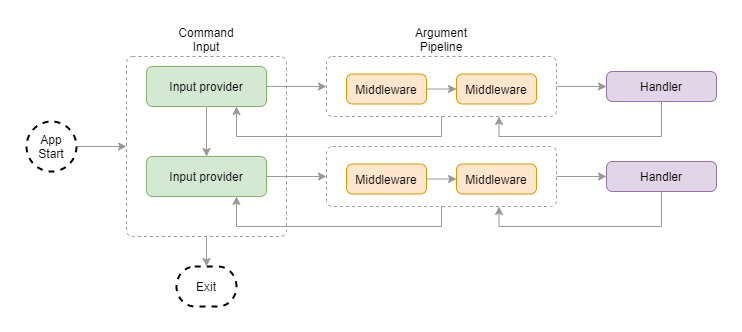
Earlier version of the draw.io export assets/flow.png (verticalsoftware/vertical-consoleapps). Source tidied: cells renumbered, new cells last; positions are measured from the earlier drawing's top-left corner, leaving out a move shared by most shapes.
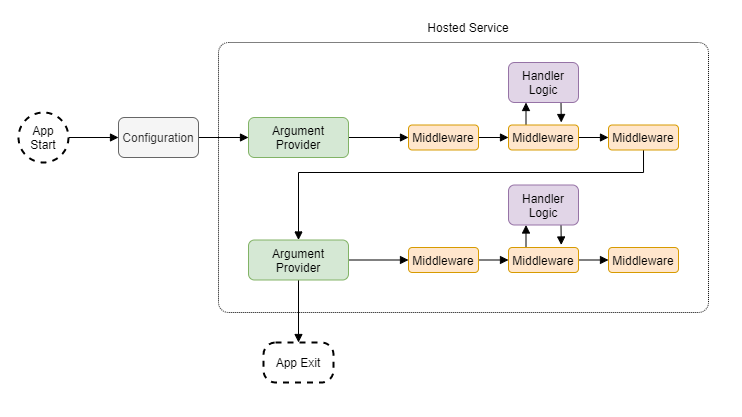
Above is the later version.

Change to the diagram source:
```diff
@@ -2,91 +2,101 @@
   <root>
     <mxCell id="0" />
     <mxCell id="1" parent="0" />
-    <mxCell id="2" style="edgeStyle=orthogonalEdgeStyle;rounded=0;jettySize=auto;html=1;exitX=0.5;exitY=1;exitDx=0;exitDy=0;entryX=0.75;entryY=1;entryDx=0;entryDy=0;strokeColor=#999999;" parent="1" edge="1" source="4" target="11">
-      <mxGeometry relative="1" as="geometry" />
-    </mxCell>
-    <mxCell id="3" style="edgeStyle=orthogonalEdgeStyle;rounded=0;jettySize=auto;html=1;exitX=1;exitY=0.5;exitDx=0;exitDy=0;entryX=0;entryY=0.5;entryDx=0;entryDy=0;strokeColor=#999999;" parent="1" edge="1" source="4" target="27">
-      <mxGeometry relative="1" as="geometry" />
-    </mxCell>
-    <mxCell id="4" style="rounded=1;whiteSpace=wrap;html=1;absoluteArcSize=1;arcSize=12;fillColor=none;strokeColor=#999999;dashed=1;" parent="1" vertex="1">
-      <mxGeometry x="300" y="27" width="230" height="60" as="geometry" />
-    </mxCell>
-    <mxCell id="5" style="edgeStyle=orthogonalEdgeStyle;rounded=0;jettySize=auto;html=1;exitX=0.5;exitY=1;exitDx=0;exitDy=0;entryX=0.5;entryY=0;entryDx=0;entryDy=0;entryPerimeter=0;strokeColor=#999999;" parent="1" edge="1" source="6">
-      <mxGeometry relative="1" as="geometry">
-        <mxPoint x="180" y="237" as="targetPoint" />
-      </mxGeometry>
-    </mxCell>
-    <mxCell id="6" style="rounded=1;whiteSpace=wrap;html=1;absoluteArcSize=1;arcSize=12;fillColor=none;strokeColor=#999999;dashed=1;" parent="1" vertex="1">
-      <mxGeometry x="100" y="27" width="160" height="180" as="geometry" />
-    </mxCell>
-    <mxCell id="7" style="edgeStyle=orthogonalEdgeStyle;rounded=0;jettySize=auto;html=1;exitX=1;exitY=0.5;exitDx=0;exitDy=0;entryX=0;entryY=0.5;entryDx=0;entryDy=0;strokeColor=#999999;" parent="1" edge="1" source="8" target="19">
-      <mxGeometry relative="1" as="geometry" />
-    </mxCell>
-    <mxCell id="8" value="Input provider" style="rounded=1;whiteSpace=wrap;html=1;fillColor=#d5e8d4;strokeColor=#82b366;absoluteArcSize=1;arcSize=12;" parent="1" vertex="1">
-      <mxGeometry x="120" y="127" width="120" height="40" as="geometry" />
-    </mxCell>
-    <mxCell id="9" style="edgeStyle=orthogonalEdgeStyle;rounded=0;jettySize=auto;html=1;exitX=1;exitY=0.5;exitDx=0;exitDy=0;entryX=0;entryY=0.5;entryDx=0;entryDy=0;strokeColor=#999999;" parent="1" edge="1" source="11" target="4">
-      <mxGeometry relative="1" as="geometry" />
-    </mxCell>
-    <mxCell id="10" style="edgeStyle=orthogonalEdgeStyle;rounded=0;jettySize=auto;html=1;exitX=0.5;exitY=1;exitDx=0;exitDy=0;entryX=0.5;entryY=0;entryDx=0;entryDy=0;strokeColor=#999999;" parent="1" edge="1" source="11" target="8">
-      <mxGeometry relative="1" as="geometry" />
-    </mxCell>
-    <mxCell id="11" value="Input provider" style="rounded=1;whiteSpace=wrap;html=1;fillColor=#d5e8d4;strokeColor=#82b366;absoluteArcSize=1;arcSize=12;" parent="1" vertex="1">
-      <mxGeometry x="120" y="37" width="120" height="40" as="geometry" />
-    </mxCell>
-    <mxCell id="12" style="edgeStyle=orthogonalEdgeStyle;rounded=0;jettySize=auto;html=1;exitX=1;exitY=0.5;exitDx=0;exitDy=0;entryX=0;entryY=0.5;entryDx=0;entryDy=0;strokeColor=#999999;" parent="1" edge="1" source="13" target="14">
-      <mxGeometry relative="1" as="geometry" />
-    </mxCell>
-    <mxCell id="13" value="Middleware" style="rounded=1;whiteSpace=wrap;html=1;fillColor=#ffe6cc;strokeColor=#d79b00;absoluteArcSize=1;arcSize=12;" parent="1" vertex="1">
-      <mxGeometry x="320" y="44.5" width="80" height="30" as="geometry" />
-    </mxCell>
-    <mxCell id="14" value="Middleware" style="rounded=1;whiteSpace=wrap;html=1;fillColor=#ffe6cc;strokeColor=#d79b00;absoluteArcSize=1;arcSize=12;" parent="1" vertex="1">
-      <mxGeometry x="430" y="44.5" width="80" height="30" as="geometry" />
-    </mxCell>
-    <mxCell id="15" value="Command Input" style="text;html=1;strokeColor=none;fillColor=none;align=center;verticalAlign=middle;whiteSpace=wrap;rounded=0;dashed=1;" parent="1" vertex="1">
-      <mxGeometry x="160" width="40" height="20" as="geometry" />
-    </mxCell>
-    <mxCell id="16" value="Argument Pipeline" style="text;html=1;strokeColor=none;fillColor=none;align=center;verticalAlign=middle;whiteSpace=wrap;rounded=0;dashed=1;" parent="1" vertex="1">
-      <mxGeometry x="370" width="90" height="20" as="geometry" />
-    </mxCell>
-    <mxCell id="17" style="edgeStyle=orthogonalEdgeStyle;rounded=0;jettySize=auto;html=1;exitX=0.5;exitY=1;exitDx=0;exitDy=0;entryX=0.75;entryY=1;entryDx=0;entryDy=0;strokeColor=#999999;" parent="1" edge="1" source="19" target="8">
-      <mxGeometry relative="1" as="geometry" />
-    </mxCell>
-    <mxCell id="18" style="edgeStyle=orthogonalEdgeStyle;rounded=0;jettySize=auto;html=1;exitX=1;exitY=0.5;exitDx=0;exitDy=0;entryX=0;entryY=0.5;entryDx=0;entryDy=0;strokeColor=#999999;" parent="1" edge="1" source="19" target="29">
-      <mxGeometry relative="1" as="geometry" />
-    </mxCell>
-    <mxCell id="19" style="rounded=1;whiteSpace=wrap;html=1;absoluteArcSize=1;arcSize=12;fillColor=none;strokeColor=#999999;dashed=1;" parent="1" vertex="1">
-      <mxGeometry x="300" y="117" width="230" height="60" as="geometry" />
-    </mxCell>
-    <mxCell id="20" style="edgeStyle=orthogonalEdgeStyle;rounded=0;jettySize=auto;html=1;exitX=1;exitY=0.5;exitDx=0;exitDy=0;entryX=0;entryY=0.5;entryDx=0;entryDy=0;strokeColor=#999999;" parent="1" edge="1" source="21" target="22">
-      <mxGeometry relative="1" as="geometry" />
-    </mxCell>
-    <mxCell id="21" value="Middleware" style="rounded=1;whiteSpace=wrap;html=1;fillColor=#ffe6cc;strokeColor=#d79b00;absoluteArcSize=1;arcSize=12;" parent="1" vertex="1">
-      <mxGeometry x="320" y="134.5" width="80" height="30" as="geometry" />
-    </mxCell>
-    <mxCell id="22" value="Middleware" style="rounded=1;whiteSpace=wrap;html=1;fillColor=#ffe6cc;strokeColor=#d79b00;absoluteArcSize=1;arcSize=12;" parent="1" vertex="1">
-      <mxGeometry x="430" y="134.5" width="80" height="30" as="geometry" />
-    </mxCell>
-    <mxCell id="23" style="edgeStyle=orthogonalEdgeStyle;rounded=0;jettySize=auto;html=1;exitX=1;exitY=0.5;exitDx=0;exitDy=0;exitPerimeter=0;entryX=0;entryY=0.5;entryDx=0;entryDy=0;strokeColor=#999999;" parent="1" edge="1" source="24" target="6">
-      <mxGeometry relative="1" as="geometry" />
-    </mxCell>
+    <mxCell id="30" style="edgeStyle=orthogonalEdgeStyle;rounded=0;jettySize=auto;html=1;exitX=1;exitY=0.5;exitDx=0;exitDy=0;entryX=0;entryY=0.5;entryDx=0;entryDy=0;endArrow=block;endFill=1;" parent="1" edge="1" source="24" target="33">
+      <mxGeometry relative="1" as="geometry" />
+    </mxCell>
-    <mxCell id="24" value="App&lt;br&gt;Start" style="strokeWidth=2;html=1;shape=mxgraph.flowchart.start_2;whiteSpace=wrap;dashed=1;fillColor=none;" parent="1" vertex="1">
+    <mxCell id="24" value="App&lt;br&gt;Start" style="ellipse;whiteSpace=wrap;html=1;strokeWidth=2;dashed=1;" parent="1" vertex="1">
       <mxGeometry y="92" width="50" height="50" as="geometry" />
     </mxCell>
-    <mxCell id="25" value="Exit" style="strokeWidth=2;html=1;shape=mxgraph.flowchart.terminator;whiteSpace=wrap;dashed=1;fillColor=none;" parent="1" vertex="1">
-      <mxGeometry x="150" y="237" width="60" height="40" as="geometry" />
-    </mxCell>
-    <mxCell id="26" style="edgeStyle=orthogonalEdgeStyle;rounded=0;jettySize=auto;html=1;exitX=0.5;exitY=1;exitDx=0;exitDy=0;entryX=0.75;entryY=1;entryDx=0;entryDy=0;strokeColor=#999999;" parent="1" edge="1" source="27" target="4">
-      <mxGeometry relative="1" as="geometry" />
-    </mxCell>
-    <mxCell id="27" value="Handler" style="rounded=1;whiteSpace=wrap;html=1;fillColor=#e1d5e7;strokeColor=#9673a6;absoluteArcSize=1;arcSize=12;" parent="1" vertex="1">
-      <mxGeometry x="580" y="42" width="110" height="30" as="geometry" />
-    </mxCell>
-    <mxCell id="28" style="edgeStyle=orthogonalEdgeStyle;rounded=0;jettySize=auto;html=1;exitX=0.5;exitY=1;exitDx=0;exitDy=0;entryX=0.75;entryY=1;entryDx=0;entryDy=0;strokeColor=#999999;" parent="1" edge="1" source="29" target="19">
-      <mxGeometry relative="1" as="geometry" />
-    </mxCell>
-    <mxCell id="29" value="Handler" style="rounded=1;whiteSpace=wrap;html=1;fillColor=#e1d5e7;strokeColor=#9673a6;absoluteArcSize=1;arcSize=12;" parent="1" vertex="1">
-      <mxGeometry x="580" y="132" width="110" height="30" as="geometry" />
-    </mxCell>
+    <mxCell id="31" value="App Exit" style="rounded=1;whiteSpace=wrap;html=1;dashed=1;strokeWidth=2;arcSize=30;" parent="1" vertex="1">
+      <mxGeometry x="245" y="322" width="70" height="40" as="geometry" />
+    </mxCell>
+    <mxCell id="32" style="edgeStyle=orthogonalEdgeStyle;rounded=0;jettySize=auto;html=1;exitX=1;exitY=0.5;exitDx=0;exitDy=0;entryX=0;entryY=0.5;entryDx=0;entryDy=0;endArrow=block;endFill=1;" parent="1" edge="1" source="33" target="35">
+      <mxGeometry relative="1" as="geometry" />
+    </mxCell>
+    <mxCell id="33" value="Configuration" style="rounded=1;whiteSpace=wrap;html=1;strokeWidth=1;fillColor=#f5f5f5;strokeColor=#666666;fontColor=#333333;" parent="1" vertex="1">
+      <mxGeometry x="100" y="97" width="80" height="40" as="geometry" />
+    </mxCell>
+    <mxCell id="34" style="edgeStyle=orthogonalEdgeStyle;rounded=0;jettySize=auto;html=1;exitX=1;exitY=0.5;exitDx=0;exitDy=0;entryX=0;entryY=0.5;entryDx=0;entryDy=0;endArrow=block;endFill=1;" parent="1" edge="1" source="35" target="37">
+      <mxGeometry relative="1" as="geometry" />
+    </mxCell>
+    <mxCell id="35" value="Argument&lt;br&gt;Provider" style="rounded=1;whiteSpace=wrap;html=1;strokeWidth=1;fillColor=#d5e8d4;strokeColor=#82b366;" parent="1" vertex="1">
+      <mxGeometry x="230" y="97" width="100" height="40" as="geometry" />
+    </mxCell>
+    <mxCell id="36" style="edgeStyle=orthogonalEdgeStyle;rounded=0;jettySize=auto;html=1;exitX=1;exitY=0.5;exitDx=0;exitDy=0;entryX=0;entryY=0.5;entryDx=0;entryDy=0;endArrow=block;endFill=1;" parent="1" edge="1" source="37" target="40">
+      <mxGeometry relative="1" as="geometry" />
+    </mxCell>
+    <mxCell id="37" value="Middleware" style="rounded=1;whiteSpace=wrap;html=1;strokeWidth=1;fillColor=#ffe6cc;strokeColor=#d79b00;" parent="1" vertex="1">
+      <mxGeometry x="390" y="104.5" width="70" height="25" as="geometry" />
+    </mxCell>
+    <mxCell id="38" style="edgeStyle=orthogonalEdgeStyle;rounded=0;jettySize=auto;html=1;exitX=1;exitY=0.5;exitDx=0;exitDy=0;entryX=0;entryY=0.5;entryDx=0;entryDy=0;endArrow=block;endFill=1;" parent="1" edge="1" source="40" target="42">
+      <mxGeometry relative="1" as="geometry" />
+    </mxCell>
+    <mxCell id="39" style="edgeStyle=orthogonalEdgeStyle;rounded=0;jettySize=auto;html=1;exitX=0.25;exitY=0;exitDx=0;exitDy=0;entryX=0.25;entryY=1;entryDx=0;entryDy=0;endArrow=block;endFill=1;" parent="1" edge="1" source="40" target="44">
+      <mxGeometry relative="1" as="geometry" />
+    </mxCell>
+    <mxCell id="40" value="Middleware" style="rounded=1;whiteSpace=wrap;html=1;strokeWidth=1;fillColor=#ffe6cc;strokeColor=#d79b00;" parent="1" vertex="1">
+      <mxGeometry x="490" y="104.5" width="70" height="25" as="geometry" />
+    </mxCell>
+    <mxCell id="41" style="edgeStyle=orthogonalEdgeStyle;rounded=0;jettySize=auto;html=1;exitX=0.5;exitY=1;exitDx=0;exitDy=0;entryX=0.5;entryY=0;entryDx=0;entryDy=0;endArrow=block;endFill=1;" parent="1" edge="1" source="42" target="47">
+      <mxGeometry relative="1" as="geometry">
+        <Array as="points">
+          <mxPoint x="625" y="152" />
+          <mxPoint x="280" y="152" />
+        </Array>
+      </mxGeometry>
+    </mxCell>
+    <mxCell id="42" value="Middleware" style="rounded=1;whiteSpace=wrap;html=1;strokeWidth=1;fillColor=#ffe6cc;strokeColor=#d79b00;" parent="1" vertex="1">
+      <mxGeometry x="590" y="104.5" width="70" height="25" as="geometry" />
+    </mxCell>
+    <mxCell id="43" style="edgeStyle=orthogonalEdgeStyle;rounded=0;jettySize=auto;html=1;exitX=0.75;exitY=1;exitDx=0;exitDy=0;endArrow=block;endFill=1;" parent="1" edge="1" source="44">
+      <mxGeometry relative="1" as="geometry">
+        <mxPoint x="542.8" y="102" as="targetPoint" />
+      </mxGeometry>
+    </mxCell>
+    <mxCell id="44" value="Handler&lt;br&gt;Logic" style="rounded=1;whiteSpace=wrap;html=1;strokeWidth=1;fillColor=#e1d5e7;strokeColor=#9673a6;" parent="1" vertex="1">
+      <mxGeometry x="490" y="42" width="70" height="40" as="geometry" />
+    </mxCell>
+    <mxCell id="45" style="edgeStyle=orthogonalEdgeStyle;rounded=0;jettySize=auto;html=1;exitX=1;exitY=0.5;exitDx=0;exitDy=0;endArrow=block;endFill=1;" parent="1" edge="1" source="47" target="49">
+      <mxGeometry relative="1" as="geometry" />
+    </mxCell>
+    <mxCell id="46" style="edgeStyle=orthogonalEdgeStyle;rounded=0;jettySize=auto;html=1;exitX=0.5;exitY=1;exitDx=0;exitDy=0;entryX=0.5;entryY=0;entryDx=0;entryDy=0;endArrow=block;endFill=1;" parent="1" edge="1" source="47" target="31">
+      <mxGeometry relative="1" as="geometry" />
+    </mxCell>
+    <mxCell id="47" value="Argument&lt;br&gt;Provider" style="rounded=1;whiteSpace=wrap;html=1;strokeWidth=1;fillColor=#d5e8d4;strokeColor=#82b366;" parent="1" vertex="1">
+      <mxGeometry x="230" y="219.5" width="100" height="40" as="geometry" />
+    </mxCell>
+    <mxCell id="48" style="edgeStyle=orthogonalEdgeStyle;rounded=0;jettySize=auto;html=1;exitX=1;exitY=0.5;exitDx=0;exitDy=0;entryX=0;entryY=0.5;entryDx=0;entryDy=0;endArrow=block;endFill=1;" parent="1" edge="1" source="49" target="52">
+      <mxGeometry relative="1" as="geometry" />
+    </mxCell>
+    <mxCell id="49" value="Middleware" style="rounded=1;whiteSpace=wrap;html=1;strokeWidth=1;fillColor=#ffe6cc;strokeColor=#d79b00;" parent="1" vertex="1">
+      <mxGeometry x="390" y="227" width="70" height="25" as="geometry" />
+    </mxCell>
+    <mxCell id="50" style="edgeStyle=orthogonalEdgeStyle;rounded=0;jettySize=auto;html=1;exitX=1;exitY=0.5;exitDx=0;exitDy=0;entryX=0;entryY=0.5;entryDx=0;entryDy=0;endArrow=block;endFill=1;" parent="1" edge="1" source="52" target="53">
+      <mxGeometry relative="1" as="geometry" />
+    </mxCell>
+    <mxCell id="51" style="edgeStyle=orthogonalEdgeStyle;rounded=0;jettySize=auto;html=1;exitX=0.25;exitY=0;exitDx=0;exitDy=0;entryX=0.25;entryY=1;entryDx=0;entryDy=0;endArrow=block;endFill=1;" parent="1" edge="1" source="52" target="55">
+      <mxGeometry relative="1" as="geometry" />
+    </mxCell>
+    <mxCell id="52" value="Middleware" style="rounded=1;whiteSpace=wrap;html=1;strokeWidth=1;fillColor=#ffe6cc;strokeColor=#d79b00;" parent="1" vertex="1">
+      <mxGeometry x="490" y="227" width="70" height="25" as="geometry" />
+    </mxCell>
+    <mxCell id="53" value="Middleware" style="rounded=1;whiteSpace=wrap;html=1;strokeWidth=1;fillColor=#ffe6cc;strokeColor=#d79b00;" parent="1" vertex="1">
+      <mxGeometry x="590" y="227" width="70" height="25" as="geometry" />
+    </mxCell>
+    <mxCell id="54" style="edgeStyle=orthogonalEdgeStyle;rounded=0;jettySize=auto;html=1;exitX=0.75;exitY=1;exitDx=0;exitDy=0;endArrow=block;endFill=1;" parent="1" edge="1" source="55">
+      <mxGeometry relative="1" as="geometry">
+        <mxPoint x="542.8" y="224.5" as="targetPoint" />
+      </mxGeometry>
+    </mxCell>
+    <mxCell id="55" value="Handler&lt;br&gt;Logic" style="rounded=1;whiteSpace=wrap;html=1;strokeWidth=1;fillColor=#e1d5e7;strokeColor=#9673a6;" parent="1" vertex="1">
+      <mxGeometry x="490" y="164.5" width="70" height="40" as="geometry" />
+    </mxCell>
+    <mxCell id="56" style="rounded=1;whiteSpace=wrap;html=1;strokeWidth=1;fillColor=none;dashed=1;dashPattern=1 1;absoluteArcSize=1;" parent="1" vertex="1">
+      <mxGeometry x="200" y="22" width="490" height="270" as="geometry" />
+    </mxCell>
+    <mxCell id="57" value="Hosted Service" style="text;html=1;strokeColor=none;fillColor=none;align=center;verticalAlign=middle;whiteSpace=wrap;rounded=0;dashed=1;dashPattern=1 1;" parent="1" vertex="1">
+      <mxGeometry x="400" y="-3" width="100" height="20" as="geometry" />
+    </mxCell>
   </root>
 </mxGraphModel>
```
